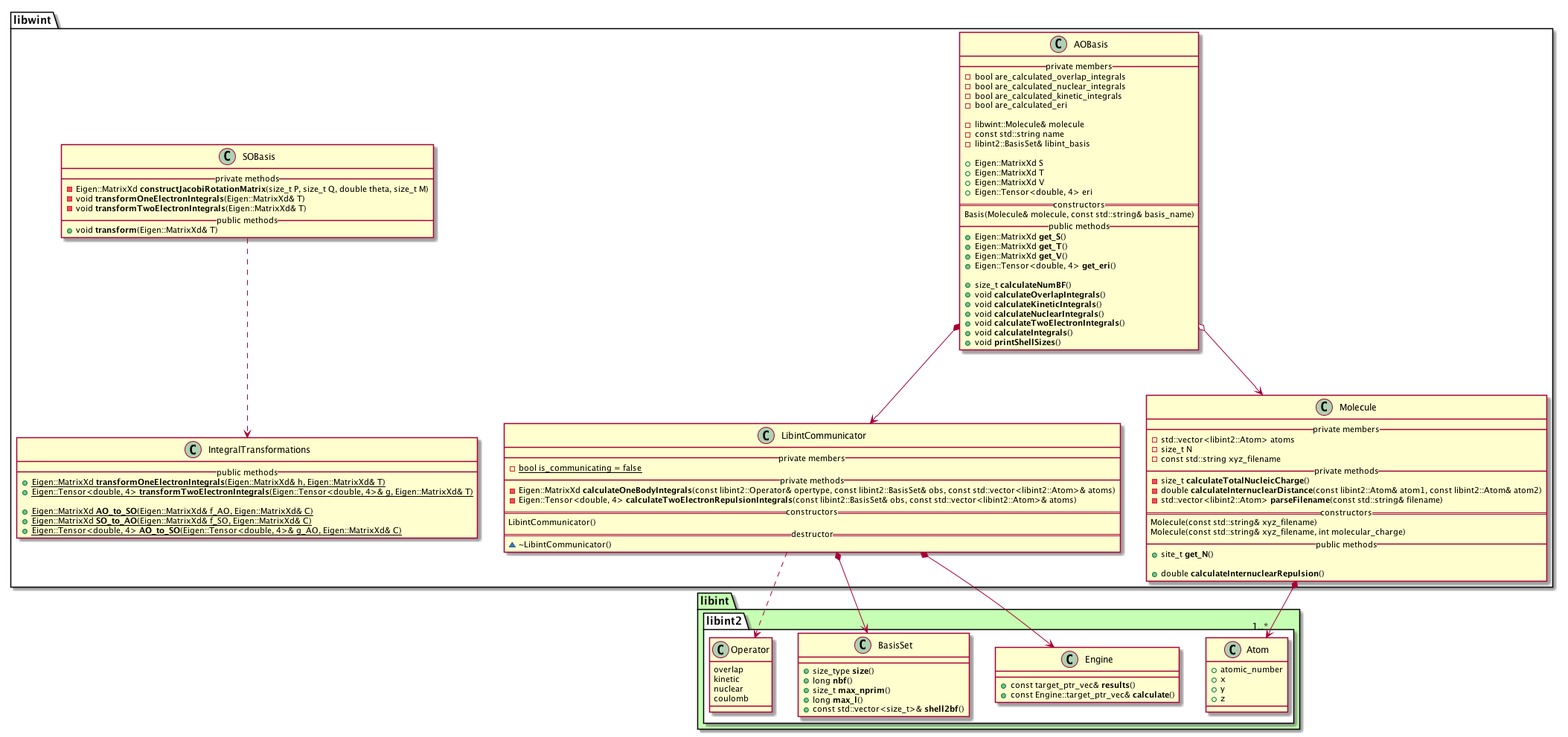
Before: docs/libwint.png, a diagram exported from PlantUML (tmhuysen/libwint).
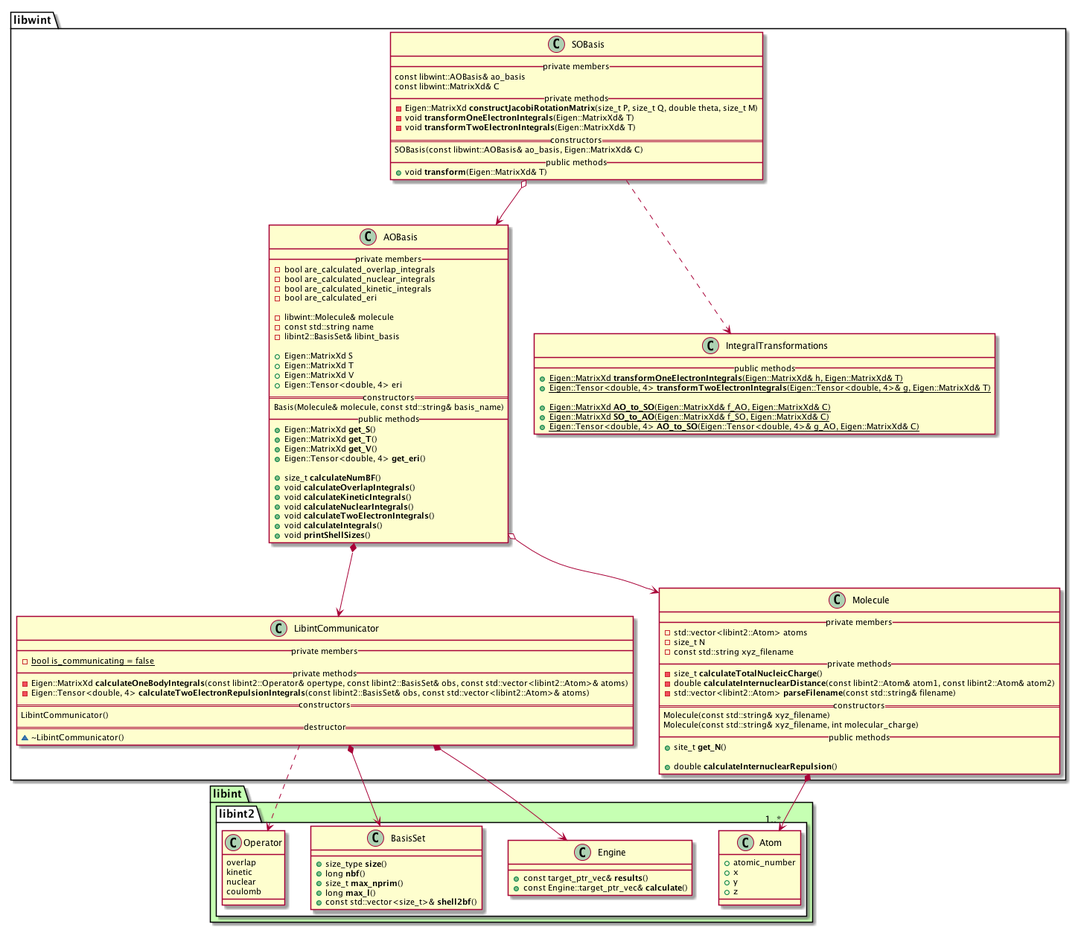
After the change.

Commit message:
Rude sketch of SOBasis and AOBasis.

The edit, as a diff of the source:
```diff
@@ -72,10 +72,15 @@
 
 
     class SOBasis {
+        __ private members __
+            const libwint::AOBasis& ao_basis
+            const libwint::MatrixXd& C
         __ private methods __
             - Eigen::MatrixXd **constructJacobiRotationMatrix**(size_t P, size_t Q, double theta, size_t M)
             - void **transformOneElectronIntegrals**(Eigen::MatrixXd& T)
             - void **transformTwoElectronIntegrals**(Eigen::MatrixXd& T)
+        == constructors ==
+            SOBasis(const libwint::AOBasis& ao_basis, Eigen::MatrixXd& C)
         __ public methods __
             + void **transform**(Eigen::MatrixXd& T)
     }
@@ -137,11 +142,7 @@
 libwint.Molecule *--> "1..*" libint2.Atom
 
 libwint.SOBasis ..> libwint.IntegralTransformations
-
-
-
-
-
+libwint.SOBasis o--> libwint.AOBasis
 
 
 @enduml
```
